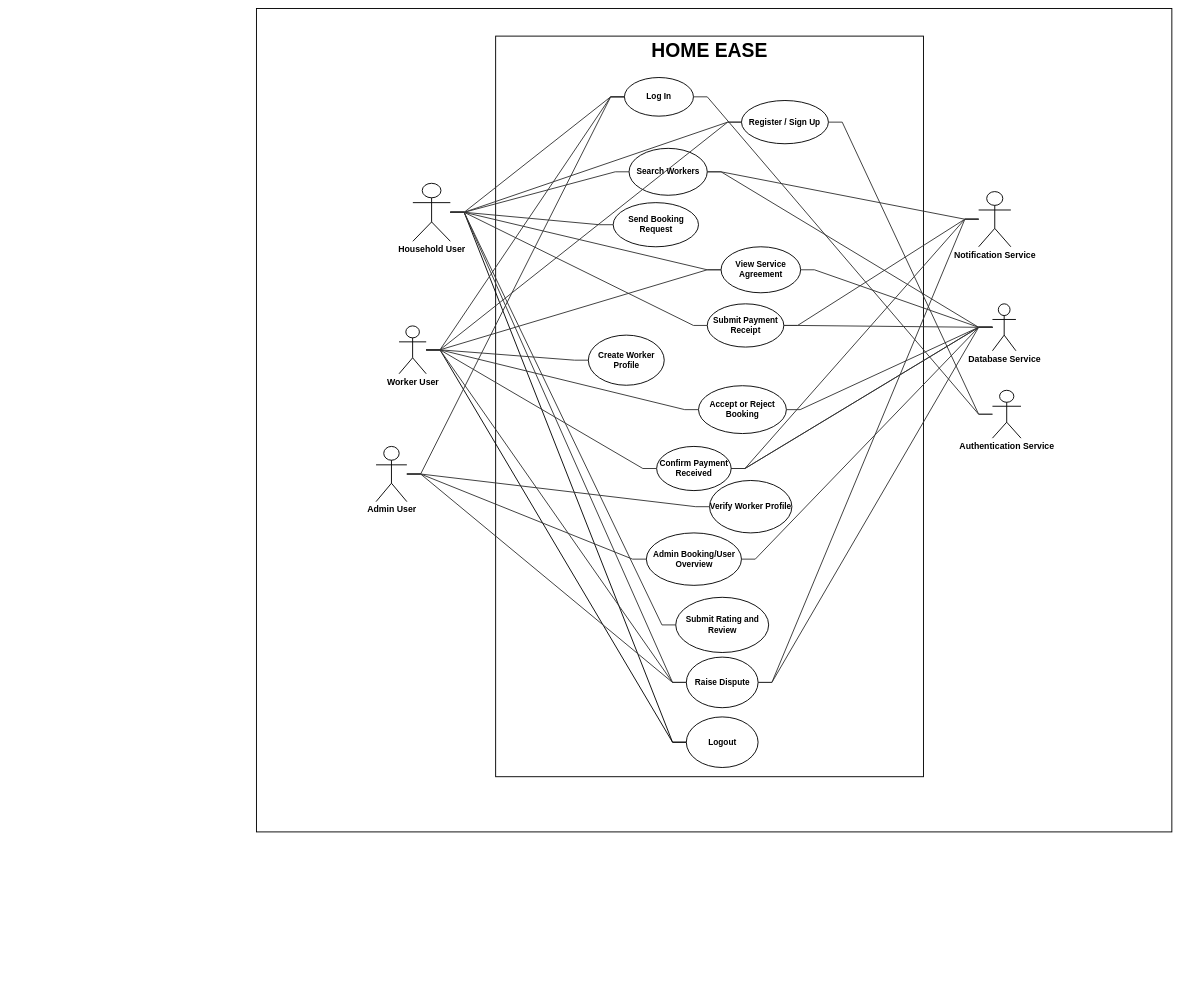
Above: page "usecase" (1 of 10) of Docs/03_Thesis_60/diagrams/HomeEase_Diagram.drawio in AbuZar-Babar/HomeEase (draw.io), before the change. Source tidied: cells renumbered, new cells numbered last; positions are measured from the earlier drawing's top-left corner, leaving out a move shared by most shapes. Both pictures are drawn from the tidied source at 46%, with x=0, y=0 at pixel (8, 8).
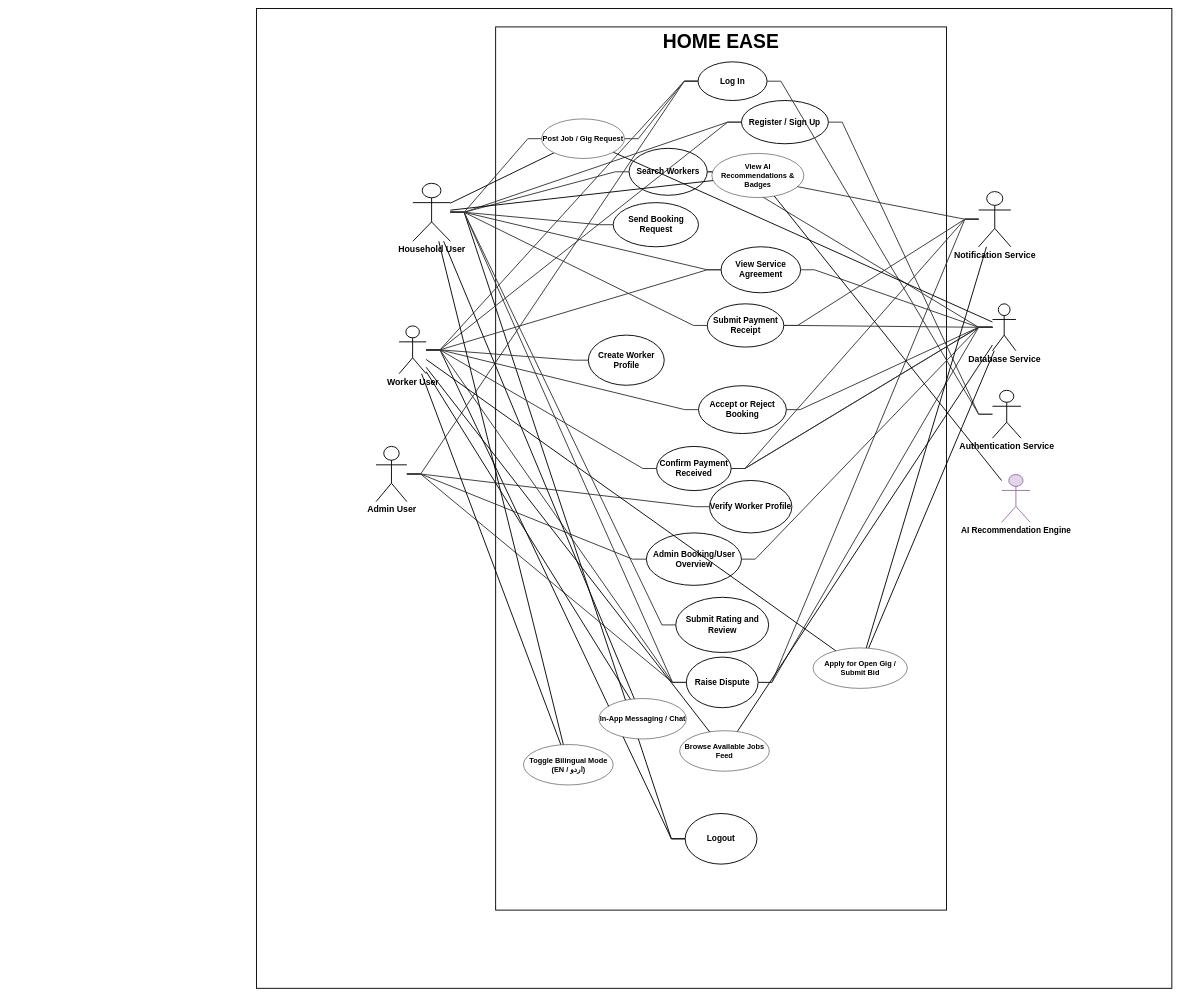
After the change.

Unchanged cells that the change refers to:
```xml
<mxCell id="2" style="group;transparentBounds=1;editIcon=1;lockedGroup=0;groupPadding=20;verticalAlign=top;fontStyle=1;fontSize=33;" parent="1" vertex="1">
  <mxGeometry y="400" width="2550" height="1440" as="geometry" />
</mxCell>
<mxCell id="6" value="Household User" style="shape=umlActor;verticalLabelPosition=bottom;verticalAlign=top;html=1;outlineConnect=0;fontStyle=1;strokeWidth=2;fontSize=19;" parent="2" vertex="1">
  <mxGeometry x="880" y="-20" width="81.5" height="126" as="geometry" />
</mxCell>
<mxCell id="8" value="Worker User" style="shape=umlActor;verticalLabelPosition=bottom;verticalAlign=top;html=1;outlineConnect=0;fontStyle=1;strokeWidth=2;fontSize=19;" parent="2" vertex="1">
  <mxGeometry x="850" y="290" width="59" height="104" as="geometry" />
</mxCell>
<mxCell id="11" value="Database Service" style="shape=umlActor;verticalLabelPosition=bottom;verticalAlign=top;html=1;outlineConnect=0;fontStyle=1;strokeWidth=2;fontSize=19;" parent="2" vertex="1">
  <mxGeometry x="2140" y="242" width="51" height="102" as="geometry" />
</mxCell>
<mxCell id="12" value="Notification Service" style="shape=umlActor;verticalLabelPosition=bottom;verticalAlign=top;html=1;outlineConnect=0;fontStyle=1;strokeWidth=2;fontSize=19;" parent="2" vertex="1">
  <mxGeometry x="2110" y="-2" width="70" height="120" as="geometry" />
</mxCell>
```

The edit, as a diff of the source:
```diff
@@
     <mxCell id="3" style="rounded=0;whiteSpace=wrap;html=1;strokeWidth=2;verticalAlign=top;" parent="2" vertex="1">
-      <mxGeometry x="540" y="-400" width="1990" height="1790" as="geometry" />
+      <mxGeometry x="540" y="-400" width="1990" height="2130" as="geometry" />
     </mxCell>
     <mxCell id="4" value="&lt;b&gt;&lt;font style=&quot;font-size: 42px;&quot;&gt;HOME EASE&lt;/font&gt;&lt;/b&gt;" style="rounded=0;whiteSpace=wrap;html=1;strokeWidth=2;verticalAlign=top;" parent="2" vertex="1">
-      <mxGeometry x="1060" y="-340" width="930" height="1610" as="geometry" />
+      <mxGeometry x="1060" y="-360" width="980" height="1920" as="geometry" />
     </mxCell>
@@
     <mxCell id="14" value="Log In" style="ellipse;whiteSpace=wrap;html=1;strokeWidth=2;fontStyle=1;fontSize=18;" parent="2" vertex="1">
-      <mxGeometry x="1340" y="-250" width="150" height="84" as="geometry" />
+      <mxGeometry x="1500" y="-284" width="150" height="84" as="geometry" />
     </mxCell>
@@
-    <mxCell id="26" style="startArrow=none;endArrow=none;endSize=7;strokeColor=light-dark(#333333,#cccccc);rounded=0;endFill=0;strokeWidth=2;edgeStyle=entityRelationEdgeStyle;" parent="2" edge="1" source="6" target="14">
+    <mxCell id="26" style="startArrow=none;endArrow=none;endSize=7;strokeColor=light-dark(#333333,#cccccc);rounded=0;endFill=0;strokeWidth=2;edgeStyle=entityRelationEdgeStyle;" parent="2" edge="1" source="80" target="14">
       <mxGeometry relative="1" as="geometry" />
     </mxCell>
@@
     <mxCell id="59" value="Logout" style="ellipse;whiteSpace=wrap;html=1;strokeWidth=2;fontStyle=1;fontSize=18;" parent="2" vertex="1">
-      <mxGeometry x="1474.5" y="1140" width="156" height="110" as="geometry" />
+      <mxGeometry x="1472" y="1350" width="156" height="110" as="geometry" />
     </mxCell>
+    <mxCell id="60" value="AI Recommendation Engine" style="shape=umlActor;verticalLabelPosition=bottom;verticalAlign=top;html=1;outlineConnect=0;fontStyle=1;strokeWidth=2;fontSize=18;fillColor=#e1d5e7;strokeColor=#9673a6;" parent="2" vertex="1">
+      <mxGeometry x="2160" y="613" width="62" height="104" as="geometry" />
+    </mxCell>
+    <mxCell id="61" value="View AI Recommendations &amp;amp; Badges" style="ellipse;whiteSpace=wrap;html=1;fontSize=16;fontStyle=1;" parent="2" vertex="1">
+      <mxGeometry x="1530" y="-85" width="200" height="96" as="geometry" />
+    </mxCell>
+    <mxCell id="62" value="Browse Available Jobs Feed" style="ellipse;whiteSpace=wrap;html=1;fontSize=16;fontStyle=1;" parent="2" vertex="1">
+      <mxGeometry x="1460" y="1170" width="195" height="88" as="geometry" />
+    </mxCell>
+    <mxCell id="63" value="Apply for Open Gig / Submit Bid" style="ellipse;whiteSpace=wrap;html=1;fontSize=16;fontStyle=1;" parent="2" vertex="1">
+      <mxGeometry x="1750" y="990" width="205" height="88" as="geometry" />
+    </mxCell>
+    <mxCell id="64" value="Toggle Bilingual Mode (EN / اردو)" style="ellipse;whiteSpace=wrap;html=1;fontSize=16;fontStyle=1;" parent="2" vertex="1">
+      <mxGeometry x="1120.5" y="1200" width="195" height="88" as="geometry" />
+    </mxCell>
+    <mxCell id="65" value="In-App Messaging / Chat" style="ellipse;whiteSpace=wrap;html=1;fontSize=16;fontStyle=1;" parent="2" vertex="1">
+      <mxGeometry x="1284.5" y="1100" width="190" height="88" as="geometry" />
+    </mxCell>
+    <mxCell id="66" style="startArrow=none;endArrow=none;fontSize=14;strokeWidth=2;html=1;" parent="2" edge="1" source="6" target="61">
+      <mxGeometry relative="1" as="geometry" />
+    </mxCell>
+    <mxCell id="67" style="startArrow=none;endArrow=none;fontSize=14;strokeWidth=2;html=1;" parent="2" edge="1" source="61" target="60">
+      <mxGeometry relative="1" as="geometry" />
+    </mxCell>
+    <mxCell id="68" style="startArrow=none;endArrow=none;fontSize=14;strokeWidth=2;html=1;" parent="2" edge="1" source="6" target="80">
+      <mxGeometry relative="1" as="geometry" />
+    </mxCell>
+    <mxCell id="69" style="startArrow=none;endArrow=none;fontSize=14;strokeWidth=2;html=1;" parent="2" edge="1" source="80" target="11">
+      <mxGeometry relative="1" as="geometry" />
+    </mxCell>
+    <mxCell id="70" style="startArrow=none;endArrow=none;fontSize=14;strokeWidth=2;html=1;" parent="2" edge="1" source="8" target="62">
+      <mxGeometry relative="1" as="geometry" />
+    </mxCell>
+    <mxCell id="71" style="startArrow=none;endArrow=none;fontSize=14;strokeWidth=2;html=1;" parent="2" edge="1" source="62" target="11">
+      <mxGeometry relative="1" as="geometry" />
+    </mxCell>
+    <mxCell id="72" style="startArrow=none;endArrow=none;fontSize=14;strokeWidth=2;html=1;" parent="2" edge="1" source="8" target="63">
+      <mxGeometry relative="1" as="geometry" />
+    </mxCell>
+    <mxCell id="73" style="startArrow=none;endArrow=none;fontSize=14;strokeWidth=2;html=1;" parent="2" edge="1" source="63" target="11">
+      <mxGeometry relative="1" as="geometry" />
+    </mxCell>
+    <mxCell id="74" style="startArrow=none;endArrow=none;fontSize=14;strokeWidth=2;html=1;" parent="2" edge="1" source="63" target="12">
+      <mxGeometry relative="1" as="geometry" />
+    </mxCell>
+    <mxCell id="75" style="startArrow=none;endArrow=none;fontSize=14;strokeWidth=2;html=1;" parent="2" edge="1" source="6" target="64">
+      <mxGeometry relative="1" as="geometry" />
+    </mxCell>
+    <mxCell id="76" style="startArrow=none;endArrow=none;fontSize=14;strokeWidth=2;html=1;" parent="2" edge="1" source="8" target="64">
+      <mxGeometry relative="1" as="geometry" />
+    </mxCell>
+    <mxCell id="77" style="startArrow=none;endArrow=none;fontSize=14;strokeWidth=2;html=1;" parent="2" edge="1" source="6" target="65">
+      <mxGeometry relative="1" as="geometry" />
+    </mxCell>
+    <mxCell id="78" style="startArrow=none;endArrow=none;fontSize=14;strokeWidth=2;html=1;" parent="2" edge="1" source="8" target="65">
+      <mxGeometry relative="1" as="geometry" />
+    </mxCell>
+    <mxCell id="79" style="startArrow=none;endArrow=none;endSize=7;strokeColor=light-dark(#333333,#cccccc);rounded=0;endFill=0;strokeWidth=2;edgeStyle=entityRelationEdgeStyle;" parent="2" edge="1" source="6" target="80">
+      <mxGeometry relative="1" as="geometry" />
+    </mxCell>
+    <mxCell id="80" value="Post Job / Gig Request" style="ellipse;whiteSpace=wrap;html=1;fontSize=16;fontStyle=1;" parent="2" vertex="1">
+      <mxGeometry x="1160" y="-160" width="180" height="86" as="geometry" />
+    </mxCell>
```
